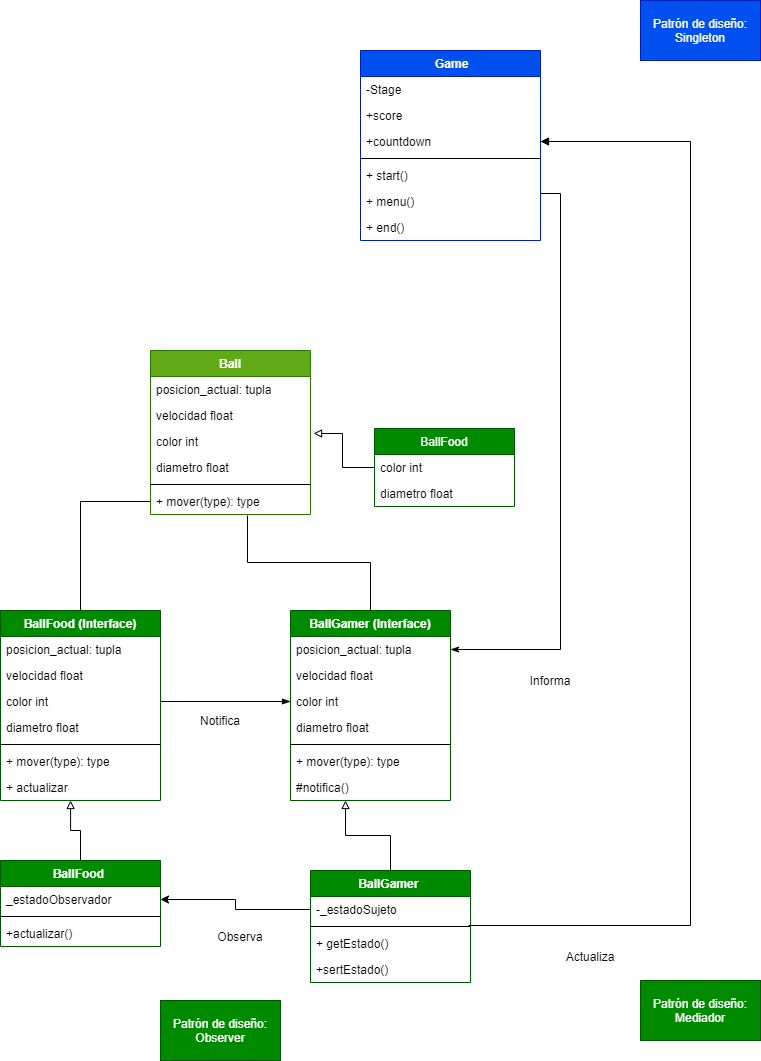
Before: imagenes/DiagramaClasesJuegoPython-DiagramaFinal.png, a diagram exported from draw.io (eddacamila/Juego_PatronesDiseno). Source tidied: cells renumbered, new cells last; positions are measured from the earlier drawing's top-left corner, leaving out a move shared by most shapes.
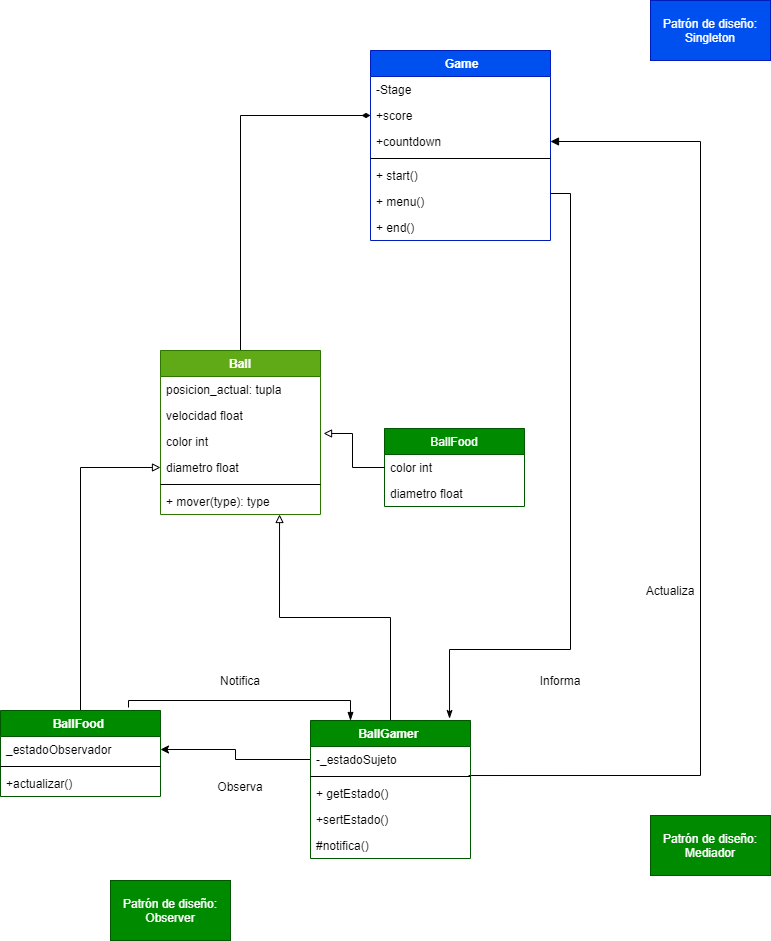
After the commit.

Change to the diagram source:
```diff
@@ -3,7 +3,7 @@
     <mxCell id="0" />
     <mxCell id="1" parent="0" />
     <mxCell id="2" value="Notifica" style="text;html=1;strokeColor=none;fillColor=none;align=center;verticalAlign=middle;whiteSpace=wrap;rounded=0;" parent="1" vertex="1">
-      <mxGeometry x="200" y="710" width="40" height="20" as="geometry" />
+      <mxGeometry x="210" y="670" width="40" height="20" as="geometry" />
     </mxCell>
     <mxCell id="3" value=" Game" style="swimlane;fontStyle=1;align=center;verticalAlign=top;horizontal=1;startSize=26;fillColor=#0050ef;strokeColor=#001DBC;fontColor=#ffffff;" parent="1" vertex="1">
       <mxGeometry x="360" y="50" width="180" height="190" as="geometry" />
@@ -29,6 +29,9 @@
     <mxCell id="10" value="+ end()" style="text;strokeColor=none;fillColor=none;align=left;verticalAlign=top;spacingLeft=4;spacingRight=4;overflow=hidden;" parent="3" vertex="1">
       <mxGeometry y="164" width="180" height="26" as="geometry" />
     </mxCell>
+    <mxCell id="61" style="edgeStyle=orthogonalEdgeStyle;rounded=0;jettySize=auto;html=1;exitX=0.5;exitY=0;exitDx=0;exitDy=0;entryX=0;entryY=0.5;entryDx=0;entryDy=0;startArrow=none;startFill=0;endArrow=diamondThin;endFill=1;" parent="1" edge="1" source="11" target="5">
+      <mxGeometry relative="1" as="geometry" />
+    </mxCell>
     <mxCell id="11" value="Ball" style="swimlane;fontStyle=1;align=center;verticalAlign=top;horizontal=1;startSize=26;fillColor=#60a917;strokeColor=#2D7600;fontColor=#ffffff;" parent="1" vertex="1">
       <mxGeometry x="150" y="350" width="160" height="164" as="geometry" />
     </mxCell>
@@ -60,103 +63,27 @@
       <mxGeometry y="52" width="140" height="26" as="geometry" />
     </mxCell>
     <mxCell id="21" value="Observa" style="text;html=1;strokeColor=none;fillColor=none;align=center;verticalAlign=middle;whiteSpace=wrap;rounded=0;" parent="1" vertex="1">
-      <mxGeometry x="220" y="926" width="40" height="20" as="geometry" />
+      <mxGeometry x="210" y="776" width="40" height="20" as="geometry" />
     </mxCell>
-    <mxCell id="22" style="edgeStyle=orthogonalEdgeStyle;rounded=0;jettySize=auto;html=1;exitX=0.5;exitY=0;exitDx=0;exitDy=0;entryX=0.344;entryY=1;entryDx=0;entryDy=0;entryPerimeter=0;startArrow=none;startFill=0;endArrow=block;endFill=0;" parent="1" edge="1" source="48" target="47">
+    <mxCell id="22" style="edgeStyle=orthogonalEdgeStyle;rounded=0;jettySize=auto;html=1;exitX=0.5;exitY=0;exitDx=0;exitDy=0;entryX=0.744;entryY=1;entryDx=0;entryDy=0;entryPerimeter=0;startArrow=none;startFill=0;endArrow=block;endFill=0;" parent="1" edge="1" source="48" target="17">
       <mxGeometry relative="1" as="geometry" />
     </mxCell>
-    <mxCell id="23" style="edgeStyle=orthogonalEdgeStyle;rounded=0;jettySize=auto;html=1;entryX=0.438;entryY=1;entryDx=0;entryDy=0;entryPerimeter=0;startArrow=none;startFill=0;endArrow=block;endFill=0;" parent="1" edge="1" source="35" target="34">
+    <mxCell id="23" style="edgeStyle=orthogonalEdgeStyle;rounded=0;jettySize=auto;html=1;startArrow=none;startFill=0;endArrow=block;endFill=0;" parent="1" edge="1" source="35" target="15">
       <mxGeometry relative="1" as="geometry" />
     </mxCell>
-    <mxCell id="24" style="edgeStyle=orthogonalEdgeStyle;rounded=0;jettySize=auto;html=1;exitX=1;exitY=0.5;exitDx=0;exitDy=0;startArrow=none;startFill=0;endArrow=blockThin;endFill=1;" parent="1" edge="1" source="30" target="43">
-      <mxGeometry relative="1" as="geometry" />
+    <mxCell id="24" style="edgeStyle=orthogonalEdgeStyle;rounded=0;jettySize=auto;html=1;exitX=0.8;exitY=-0.035;exitDx=0;exitDy=0;startArrow=none;startFill=0;endArrow=blockThin;endFill=1;exitPerimeter=0;entryX=0.25;entryY=0;entryDx=0;entryDy=0;" parent="1" edge="1" source="35" target="48">
+      <mxGeometry relative="1" as="geometry">
+        <Array as="points">
+          <mxPoint x="118" y="700" />
+          <mxPoint x="340" y="700" />
+        </Array>
+      </mxGeometry>
     </mxCell>
     <mxCell id="25" style="edgeStyle=orthogonalEdgeStyle;rounded=0;jettySize=auto;html=1;exitX=1;exitY=0.5;exitDx=0;exitDy=0;startArrow=classic;startFill=1;endArrow=none;endFill=0;" parent="1" edge="1" source="36" target="49">
       <mxGeometry relative="1" as="geometry" />
     </mxCell>
-    <mxCell id="26" style="edgeStyle=orthogonalEdgeStyle;rounded=0;jettySize=auto;html=1;exitX=0.5;exitY=0;exitDx=0;exitDy=0;startArrow=none;startFill=0;endArrow=none;endFill=0;" parent="1" edge="1" source="27" target="17">
-      <mxGeometry relative="1" as="geometry" />
-    </mxCell>
-    <mxCell id="27" value="BallFood (Interface)" style="swimlane;fontStyle=1;align=center;verticalAlign=top;horizontal=1;startSize=26;fillColor=#008a00;strokeColor=#005700;fontColor=#ffffff;" parent="1" vertex="1">
-      <mxGeometry y="610" width="160" height="190" as="geometry" />
-    </mxCell>
-    <mxCell id="28" value="posicion_actual: tupla" style="text;strokeColor=none;fillColor=none;align=left;verticalAlign=top;spacingLeft=4;spacingRight=4;overflow=hidden;" parent="27" vertex="1">
-      <mxGeometry y="26" width="160" height="26" as="geometry" />
-    </mxCell>
-    <mxCell id="29" value="velocidad float" style="text;strokeColor=none;fillColor=none;align=left;verticalAlign=top;spacingLeft=4;spacingRight=4;overflow=hidden;" parent="27" vertex="1">
-      <mxGeometry y="52" width="160" height="26" as="geometry" />
-    </mxCell>
-    <mxCell id="30" value="color int" style="text;strokeColor=none;fillColor=none;align=left;verticalAlign=top;spacingLeft=4;spacingRight=4;overflow=hidden;points=[[0,0.5],[1,0.5]];portConstraint=eastwest;" parent="27" vertex="1">
-      <mxGeometry y="78" width="160" height="26" as="geometry" />
-    </mxCell>
-    <mxCell id="31" value="diametro float" style="text;strokeColor=none;fillColor=none;align=left;verticalAlign=top;spacingLeft=4;spacingRight=4;overflow=hidden;" parent="27" vertex="1">
-      <mxGeometry y="104" width="160" height="26" as="geometry" />
-    </mxCell>
-    <mxCell id="32" style="line;strokeWidth=1;fillColor=none;align=left;verticalAlign=middle;spacingTop=-1;spacingLeft=3;spacingRight=3;labelPosition=right;" parent="27" vertex="1">
-      <mxGeometry y="130" width="160" height="8" as="geometry" />
-    </mxCell>
-    <mxCell id="33" value="+ mover(type): type" style="text;strokeColor=none;fillColor=none;align=left;verticalAlign=top;spacingLeft=4;spacingRight=4;overflow=hidden;" parent="27" vertex="1">
-      <mxGeometry y="138" width="160" height="26" as="geometry" />
-    </mxCell>
-    <mxCell id="34" value="+ actualizar" style="text;strokeColor=none;fillColor=none;align=left;verticalAlign=top;spacingLeft=4;spacingRight=4;overflow=hidden;points=[[0,0.5],[1,0.5]];portConstraint=eastwest;" parent="27" vertex="1">
-      <mxGeometry y="164" width="160" height="26" as="geometry" />
-    </mxCell>
-    <mxCell id="35" value="BallFood " style="swimlane;fontStyle=1;align=center;verticalAlign=top;horizontal=1;startSize=26;fillColor=#008a00;strokeColor=#005700;fontColor=#ffffff;" parent="1" vertex="1">
-      <mxGeometry y="860" width="160" height="86" as="geometry" />
-    </mxCell>
-    <mxCell id="36" value="_estadoObservador" style="text;strokeColor=none;fillColor=none;align=left;verticalAlign=top;spacingLeft=4;spacingRight=4;overflow=hidden;points=[[0,0.5],[1,0.5]];portConstraint=eastwest;" parent="35" vertex="1">
-      <mxGeometry y="26" width="160" height="26" as="geometry" />
-    </mxCell>
-    <mxCell id="37" style="line;strokeWidth=1;fillColor=none;align=left;verticalAlign=middle;spacingTop=-1;spacingLeft=3;spacingRight=3;labelPosition=right;" parent="35" vertex="1">
-      <mxGeometry y="52" width="160" height="8" as="geometry" />
-    </mxCell>
-    <mxCell id="38" value="+actualizar()" style="text;strokeColor=none;fillColor=none;align=left;verticalAlign=top;spacingLeft=4;spacingRight=4;overflow=hidden;" parent="35" vertex="1">
-      <mxGeometry y="60" width="160" height="26" as="geometry" />
-    </mxCell>
-    <mxCell id="39" style="edgeStyle=orthogonalEdgeStyle;rounded=0;jettySize=auto;html=1;exitX=0.5;exitY=0;exitDx=0;exitDy=0;entryX=0.606;entryY=1.038;entryDx=0;entryDy=0;entryPerimeter=0;startArrow=none;startFill=0;endArrow=none;endFill=0;" parent="1" edge="1" source="40" target="17">
-      <mxGeometry relative="1" as="geometry" />
-    </mxCell>
-    <mxCell id="40" value="BallGamer (Interface)" style="swimlane;fontStyle=1;align=center;verticalAlign=top;horizontal=1;startSize=26;fillColor=#008a00;strokeColor=#005700;fontColor=#ffffff;" parent="1" vertex="1">
-      <mxGeometry x="290" y="610" width="160" height="190" as="geometry" />
-    </mxCell>
-    <mxCell id="41" value="posicion_actual: tupla" style="text;strokeColor=none;fillColor=none;align=left;verticalAlign=top;spacingLeft=4;spacingRight=4;overflow=hidden;points=[[0,0.5],[1,0.5]];portConstraint=eastwest;" parent="40" vertex="1">
-      <mxGeometry y="26" width="160" height="26" as="geometry" />
-    </mxCell>
-    <mxCell id="42" value="velocidad float" style="text;strokeColor=none;fillColor=none;align=left;verticalAlign=top;spacingLeft=4;spacingRight=4;overflow=hidden;" parent="40" vertex="1">
-      <mxGeometry y="52" width="160" height="26" as="geometry" />
-    </mxCell>
-    <mxCell id="43" value="color int" style="text;strokeColor=none;fillColor=none;align=left;verticalAlign=top;spacingLeft=4;spacingRight=4;overflow=hidden;points=[[0,0.5],[1,0.5]];portConstraint=eastwest;" parent="40" vertex="1">
-      <mxGeometry y="78" width="160" height="26" as="geometry" />
-    </mxCell>
-    <mxCell id="44" value="diametro float" style="text;strokeColor=none;fillColor=none;align=left;verticalAlign=top;spacingLeft=4;spacingRight=4;overflow=hidden;" parent="40" vertex="1">
-      <mxGeometry y="104" width="160" height="26" as="geometry" />
-    </mxCell>
-    <mxCell id="45" style="line;strokeWidth=1;fillColor=none;align=left;verticalAlign=middle;spacingTop=-1;spacingLeft=3;spacingRight=3;labelPosition=right;" parent="40" vertex="1">
-      <mxGeometry y="130" width="160" height="8" as="geometry" />
-    </mxCell>
-    <mxCell id="46" value="+ mover(type): type" style="text;strokeColor=none;fillColor=none;align=left;verticalAlign=top;spacingLeft=4;spacingRight=4;overflow=hidden;" parent="40" vertex="1">
-      <mxGeometry y="138" width="160" height="26" as="geometry" />
-    </mxCell>
-    <mxCell id="47" value="#notifica()" style="text;strokeColor=none;fillColor=none;align=left;verticalAlign=top;spacingLeft=4;spacingRight=4;overflow=hidden;points=[[0,0.5],[1,0.5]];portConstraint=eastwest;" parent="40" vertex="1">
-      <mxGeometry y="164" width="160" height="26" as="geometry" />
-    </mxCell>
-    <mxCell id="48" value="BallGamer " style="swimlane;fontStyle=1;align=center;verticalAlign=top;horizontal=1;startSize=26;fillColor=#008a00;strokeColor=#005700;fontColor=#ffffff;" parent="1" vertex="1">
-      <mxGeometry x="310" y="870" width="160" height="112" as="geometry" />
-    </mxCell>
-    <mxCell id="49" value="-_estadoSujeto" style="text;strokeColor=none;fillColor=none;align=left;verticalAlign=top;spacingLeft=4;spacingRight=4;overflow=hidden;points=[[0,0.5],[1,0.5]];portConstraint=eastwest;" parent="48" vertex="1">
-      <mxGeometry y="26" width="160" height="26" as="geometry" />
-    </mxCell>
-    <mxCell id="50" style="line;strokeWidth=1;fillColor=none;align=left;verticalAlign=middle;spacingTop=-1;spacingLeft=3;spacingRight=3;labelPosition=right;" parent="48" vertex="1">
-      <mxGeometry y="52" width="160" height="8" as="geometry" />
-    </mxCell>
-    <mxCell id="51" value="+ getEstado()" style="text;strokeColor=none;fillColor=none;align=left;verticalAlign=top;spacingLeft=4;spacingRight=4;overflow=hidden;points=[[0,0.5],[1,0.5]];portConstraint=eastwest;" parent="48" vertex="1">
-      <mxGeometry y="60" width="160" height="26" as="geometry" />
-    </mxCell>
-    <mxCell id="52" value="+sertEstado()" style="text;strokeColor=none;fillColor=none;align=left;verticalAlign=top;spacingLeft=4;spacingRight=4;overflow=hidden;" parent="48" vertex="1">
-      <mxGeometry y="86" width="160" height="26" as="geometry" />
-    </mxCell>
     <mxCell id="53" value="Patrón de diseño: Observer" style="rounded=0;whiteSpace=wrap;html=1;fillColor=#008a00;strokeColor=#005700;fontColor=#ffffff;" parent="1" vertex="1">
-      <mxGeometry x="160" y="1000" width="120" height="60" as="geometry" />
+      <mxGeometry x="100" y="880" width="120" height="60" as="geometry" />
     </mxCell>
     <mxCell id="54" style="edgeStyle=orthogonalEdgeStyle;rounded=0;jettySize=auto;html=1;entryX=1.019;entryY=0.192;entryDx=0;entryDy=0;entryPerimeter=0;startArrow=none;startFill=0;endArrow=block;endFill=0;" parent="1" edge="1" source="18" target="14">
       <mxGeometry relative="1" as="geometry" />
@@ -167,22 +94,58 @@
     <mxCell id="56" style="edgeStyle=orthogonalEdgeStyle;rounded=0;jettySize=auto;html=1;exitX=0.988;exitY=-0.192;exitDx=0;exitDy=0;startArrow=none;startFill=0;endArrow=block;endFill=1;exitPerimeter=0;" parent="1" edge="1" source="51" target="6">
       <mxGeometry relative="1" as="geometry">
         <Array as="points">
-          <mxPoint x="690" y="925" />
+          <mxPoint x="690" y="775" />
           <mxPoint x="690" y="141" />
         </Array>
       </mxGeometry>
     </mxCell>
-    <mxCell id="57" style="edgeStyle=orthogonalEdgeStyle;rounded=0;jettySize=auto;html=1;entryX=1;entryY=0.192;entryDx=0;entryDy=0;entryPerimeter=0;startArrow=classicThin;startFill=1;endArrow=none;endFill=0;" parent="1" edge="1" source="41" target="9">
-      <mxGeometry relative="1" as="geometry" />
+    <mxCell id="57" style="edgeStyle=orthogonalEdgeStyle;rounded=0;jettySize=auto;html=1;entryX=1;entryY=0.192;entryDx=0;entryDy=0;entryPerimeter=0;startArrow=classicThin;startFill=1;endArrow=none;endFill=0;exitX=0.869;exitY=-0.014;exitDx=0;exitDy=0;exitPerimeter=0;" parent="1" edge="1" source="48" target="9">
+      <mxGeometry relative="1" as="geometry">
+        <Array as="points">
+          <mxPoint x="439" y="649" />
+          <mxPoint x="560" y="649" />
+          <mxPoint x="560" y="193" />
+        </Array>
+      </mxGeometry>
     </mxCell>
     <mxCell id="58" value="Informa" style="text;html=1;strokeColor=none;fillColor=none;align=center;verticalAlign=middle;whiteSpace=wrap;rounded=0;" parent="1" vertex="1">
       <mxGeometry x="530" y="670" width="40" height="20" as="geometry" />
     </mxCell>
     <mxCell id="59" value="Actualiza" style="text;html=1;strokeColor=none;fillColor=none;align=center;verticalAlign=middle;whiteSpace=wrap;rounded=0;" parent="1" vertex="1">
-      <mxGeometry x="570" y="946" width="40" height="20" as="geometry" />
+      <mxGeometry x="640" y="580" width="40" height="20" as="geometry" />
     </mxCell>
     <mxCell id="60" value="Patrón de diseño: Mediador" style="rounded=0;whiteSpace=wrap;html=1;fillColor=#008a00;strokeColor=#005700;fontColor=#ffffff;" parent="1" vertex="1">
-      <mxGeometry x="640" y="980" width="120" height="60" as="geometry" />
+      <mxGeometry x="640" y="815" width="120" height="60" as="geometry" />
     </mxCell>
+    <mxCell id="35" value="BallFood " style="swimlane;fontStyle=1;align=center;verticalAlign=top;horizontal=1;startSize=26;fillColor=#008a00;strokeColor=#005700;fontColor=#ffffff;" parent="1" vertex="1">
+      <mxGeometry x="-10" y="710" width="160" height="86" as="geometry" />
+    </mxCell>
+    <mxCell id="36" value="_estadoObservador" style="text;strokeColor=none;fillColor=none;align=left;verticalAlign=top;spacingLeft=4;spacingRight=4;overflow=hidden;points=[[0,0.5],[1,0.5]];portConstraint=eastwest;" parent="35" vertex="1">
+      <mxGeometry y="26" width="160" height="26" as="geometry" />
+    </mxCell>
+    <mxCell id="37" style="line;strokeWidth=1;fillColor=none;align=left;verticalAlign=middle;spacingTop=-1;spacingLeft=3;spacingRight=3;labelPosition=right;" parent="35" vertex="1">
+      <mxGeometry y="52" width="160" height="8" as="geometry" />
+    </mxCell>
+    <mxCell id="38" value="+actualizar()" style="text;strokeColor=none;fillColor=none;align=left;verticalAlign=top;spacingLeft=4;spacingRight=4;overflow=hidden;" parent="35" vertex="1">
+      <mxGeometry y="60" width="160" height="26" as="geometry" />
+    </mxCell>
+    <mxCell id="48" value="BallGamer " style="swimlane;fontStyle=1;align=center;verticalAlign=top;horizontal=1;startSize=26;fillColor=#008a00;strokeColor=#005700;fontColor=#ffffff;" parent="1" vertex="1">
+      <mxGeometry x="300" y="720" width="160" height="138" as="geometry" />
+    </mxCell>
+    <mxCell id="49" value="-_estadoSujeto" style="text;strokeColor=none;fillColor=none;align=left;verticalAlign=top;spacingLeft=4;spacingRight=4;overflow=hidden;points=[[0,0.5],[1,0.5]];portConstraint=eastwest;" parent="48" vertex="1">
+      <mxGeometry y="26" width="160" height="26" as="geometry" />
+    </mxCell>
+    <mxCell id="50" style="line;strokeWidth=1;fillColor=none;align=left;verticalAlign=middle;spacingTop=-1;spacingLeft=3;spacingRight=3;labelPosition=right;" parent="48" vertex="1">
+      <mxGeometry y="52" width="160" height="8" as="geometry" />
+    </mxCell>
+    <mxCell id="51" value="+ getEstado()" style="text;strokeColor=none;fillColor=none;align=left;verticalAlign=top;spacingLeft=4;spacingRight=4;overflow=hidden;points=[[0,0.5],[1,0.5]];portConstraint=eastwest;" parent="48" vertex="1">
+      <mxGeometry y="60" width="160" height="26" as="geometry" />
+    </mxCell>
+    <mxCell id="52" value="+sertEstado()&#10;" style="text;strokeColor=none;fillColor=none;align=left;verticalAlign=top;spacingLeft=4;spacingRight=4;overflow=hidden;" parent="48" vertex="1">
+      <mxGeometry y="86" width="160" height="26" as="geometry" />
+    </mxCell>
+    <mxCell id="47" value="#notifica()" style="text;strokeColor=none;fillColor=none;align=left;verticalAlign=top;spacingLeft=4;spacingRight=4;overflow=hidden;points=[[0,0.5],[1,0.5]];portConstraint=eastwest;" parent="48" vertex="1">
+      <mxGeometry y="112" width="160" height="26" as="geometry" />
+    </mxCell>
   </root>
 </mxGraphModel>
```
